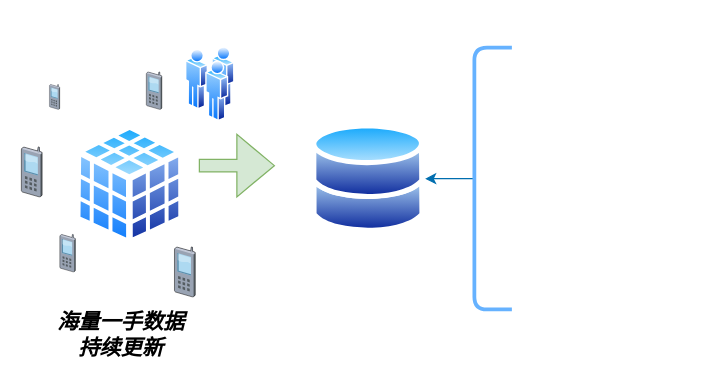
The draw.io diagram Untitled Diagram.drawio in Jackieze/hello-python, before the edit. Source tidied: cells renumbered, new cells numbered last; positions are measured from the earlier drawing's top-left corner, leaving out a move shared by most shapes. Both pictures are drawn from the tidied source at 125%, with x=0, y=0 at pixel (21, 46).
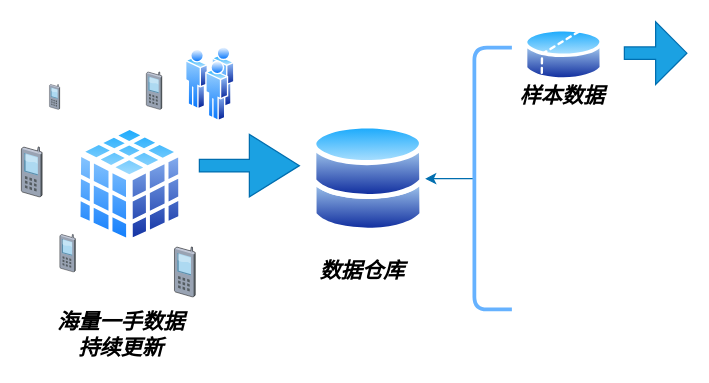
After the change.

Change to the diagram source:
```diff
@@
 <mxGraphModel>
   <root>
     <mxCell id="0" />
     <mxCell id="1" parent="0" />
-    <mxCell id="2" style="shape=singleArrow;whiteSpace=wrap;html=1;arrowWidth=0.2;arrowSize=0.5;fillColor=#d5e8d4;strokeColor=#82b366;" parent="1" vertex="1">
-      <mxGeometry x="142" y="70" width="60" height="50" as="geometry" />
+    <mxCell id="2" style="shape=singleArrow;whiteSpace=wrap;html=1;arrowWidth=0.2;arrowSize=0.5;fillColor=#1ba1e2;strokeColor=#006EAF;fontColor=#ffffff;" parent="1" vertex="1">
+      <mxGeometry x="142" y="70" width="80" height="50" as="geometry" />
     </mxCell>
     <mxCell id="3" style="verticalLabelPosition=bottom;html=1;verticalAlign=top;strokeColor=none;align=center;shape=mxgraph.citrix.cell_phone;direction=east;" parent="1" vertex="1">
       <mxGeometry x="22" y="30" width="8.3" height="20" as="geometry" />
     </mxCell>
     <mxCell id="4" style="verticalLabelPosition=bottom;html=1;verticalAlign=top;strokeColor=none;align=center;shape=mxgraph.citrix.cell_phone;direction=east;" parent="1" vertex="1">
       <mxGeometry x="99.5" y="20" width="12.5" height="30" as="geometry" />
     </mxCell>
     <mxCell id="5" style="verticalLabelPosition=bottom;html=1;verticalAlign=top;strokeColor=none;align=center;shape=mxgraph.citrix.cell_phone;direction=east;" parent="1" vertex="1">
       <mxGeometry x="-0.5" y="80" width="16.7" height="40" as="geometry" />
     </mxCell>
     <mxCell id="6" style="verticalLabelPosition=bottom;html=1;verticalAlign=top;strokeColor=none;align=center;shape=mxgraph.citrix.cell_phone;direction=east;" parent="1" vertex="1">
       <mxGeometry x="30.3" y="150" width="12.5" height="30" as="geometry" />
     </mxCell>
     <mxCell id="7" style="verticalLabelPosition=bottom;html=1;verticalAlign=top;strokeColor=none;align=center;shape=mxgraph.citrix.cell_phone;direction=east;" parent="1" vertex="1">
       <mxGeometry x="122" y="160" width="16.7" height="40" as="geometry" />
     </mxCell>
     <mxCell id="8" style="edgeStyle=orthogonalEdgeStyle;rounded=0;jettySize=auto;html=1;fillColor=#1ba1e2;strokeColor=#006EAF;" parent="1" edge="1" source="9" target="11">
       <mxGeometry relative="1" as="geometry" />
     </mxCell>
     <mxCell id="9" style="shape=curlyBracket;whiteSpace=wrap;html=1;rounded=1;size=0;strokeWidth=3;shadow=0;sketch=0;perimeterSpacing=0;gradientDirection=east;strokeColor=#66B2FF;" parent="1" vertex="1">
       <mxGeometry x="362" y="0.5" width="30" height="209.5" as="geometry" />
     </mxCell>
     <mxCell id="10" style="perimeter=ellipsePerimeter;html=1;align=center;shadow=0;dashed=0;spacingTop=3;image;image=img/lib/active_directory/database_cube.svg;sketch=0;strokeColor=#66B2FF;strokeWidth=3;gradientColor=none;" parent="1" vertex="1">
       <mxGeometry x="42" y="61.1" width="89" height="98.9" as="geometry" />
     </mxCell>
     <mxCell id="11" style="perimeter=ellipsePerimeter;html=1;align=center;shadow=0;dashed=0;spacingTop=3;image;image=img/lib/active_directory/databases.svg;sketch=0;strokeColor=#66B2FF;strokeWidth=3;gradientColor=none;" parent="1" vertex="1">
       <mxGeometry x="232" y="61.1" width="90.6" height="88.8" as="geometry" />
     </mxCell>
     <mxCell id="12" style="perimeter=ellipsePerimeter;html=1;align=center;shadow=0;dashed=0;spacingTop=3;image;image=img/lib/active_directory/users.svg;sketch=0;strokeColor=#66B2FF;strokeWidth=3;gradientColor=none;" parent="1" vertex="1">
       <mxGeometry x="131" width="39.6" height="60" as="geometry" />
     </mxCell>
     <mxCell id="13" value="&lt;font style=&quot;font-size: 17px&quot;&gt;&lt;b&gt;&lt;i&gt;海量一手数据&lt;br&gt;持续更新&lt;/i&gt;&lt;/b&gt;&lt;/font&gt;" style="text;html=1;align=center;verticalAlign=middle;fillColor=none;strokeColor=none;rounded=0;shadow=0;sketch=0;" parent="1" vertex="1">
       <mxGeometry x="18.7" y="210.5" width="120" height="40" as="geometry" />
     </mxCell>
+    <mxCell id="14" value="&lt;font style=&quot;font-size: 17px&quot;&gt;&lt;b&gt;&lt;i&gt;数据仓库&lt;/i&gt;&lt;/b&gt;&lt;/font&gt;" style="text;html=1;align=center;verticalAlign=middle;fillColor=none;strokeColor=none;rounded=0;shadow=0;sketch=0;" parent="1" vertex="1">
+      <mxGeometry x="232" y="170" width="80" height="20" as="geometry" />
+    </mxCell>
+    <mxCell id="15" style="perimeter=ellipsePerimeter;html=1;align=center;shadow=0;dashed=0;spacingTop=3;image;image=img/lib/active_directory/database_partition_2.svg;sketch=0;strokeColor=#66B2FF;strokeWidth=3;gradientColor=none;" parent="1" vertex="1">
+      <mxGeometry x="402" y="-17" width="63.5" height="47" as="geometry" />
+    </mxCell>
+    <mxCell id="16" value="&lt;font style=&quot;font-size: 17px&quot;&gt;&lt;b&gt;&lt;i&gt;样本数据&lt;/i&gt;&lt;/b&gt;&lt;/font&gt;" style="text;html=1;align=center;verticalAlign=middle;fillColor=none;strokeColor=none;rounded=0;shadow=0;sketch=0;" parent="1" vertex="1">
+      <mxGeometry x="392" y="30" width="80" height="20" as="geometry" />
+    </mxCell>
+    <mxCell id="17" style="shape=singleArrow;whiteSpace=wrap;html=1;arrowWidth=0.2;arrowSize=0.5;fillColor=#1ba1e2;strokeColor=#006EAF;fontColor=#ffffff;" parent="1" vertex="1">
+      <mxGeometry x="482" y="-20" width="50" height="50" as="geometry" />
+    </mxCell>
   </root>
 </mxGraphModel>
```
